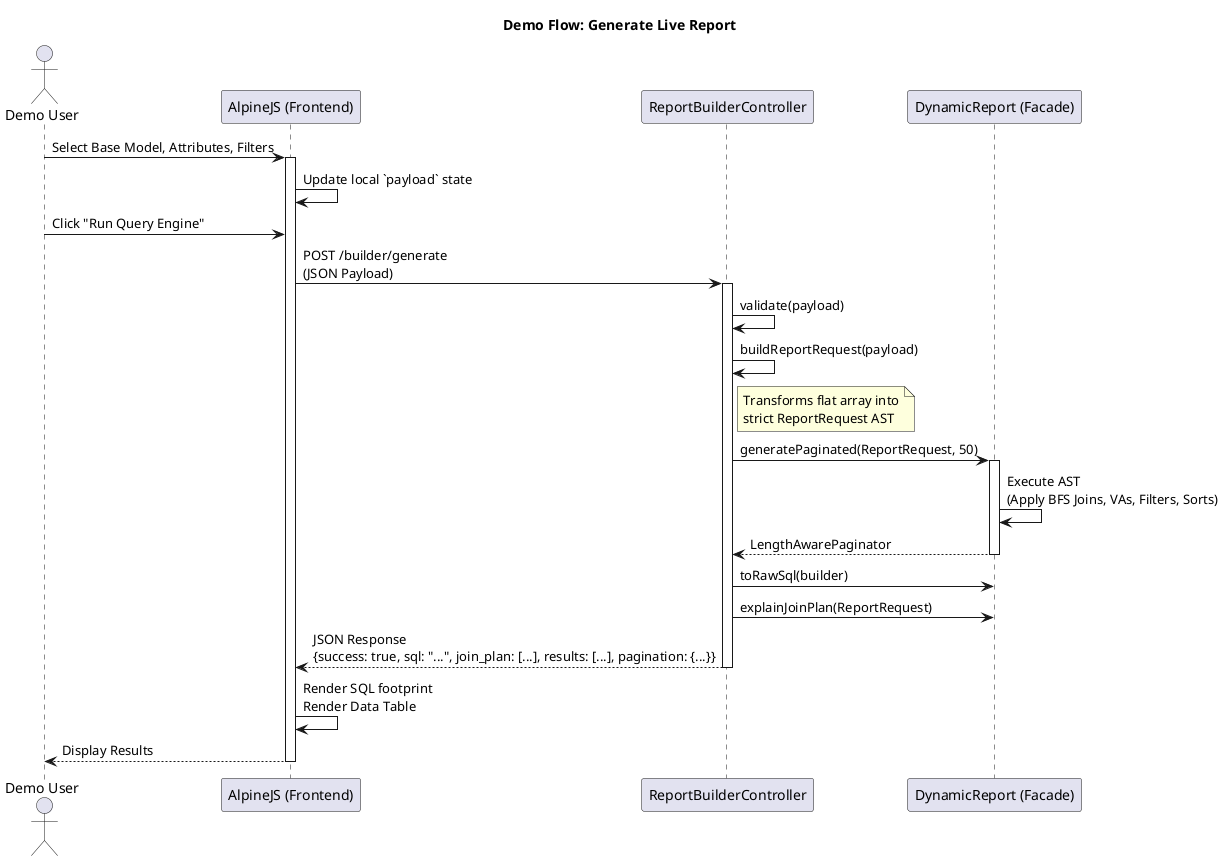
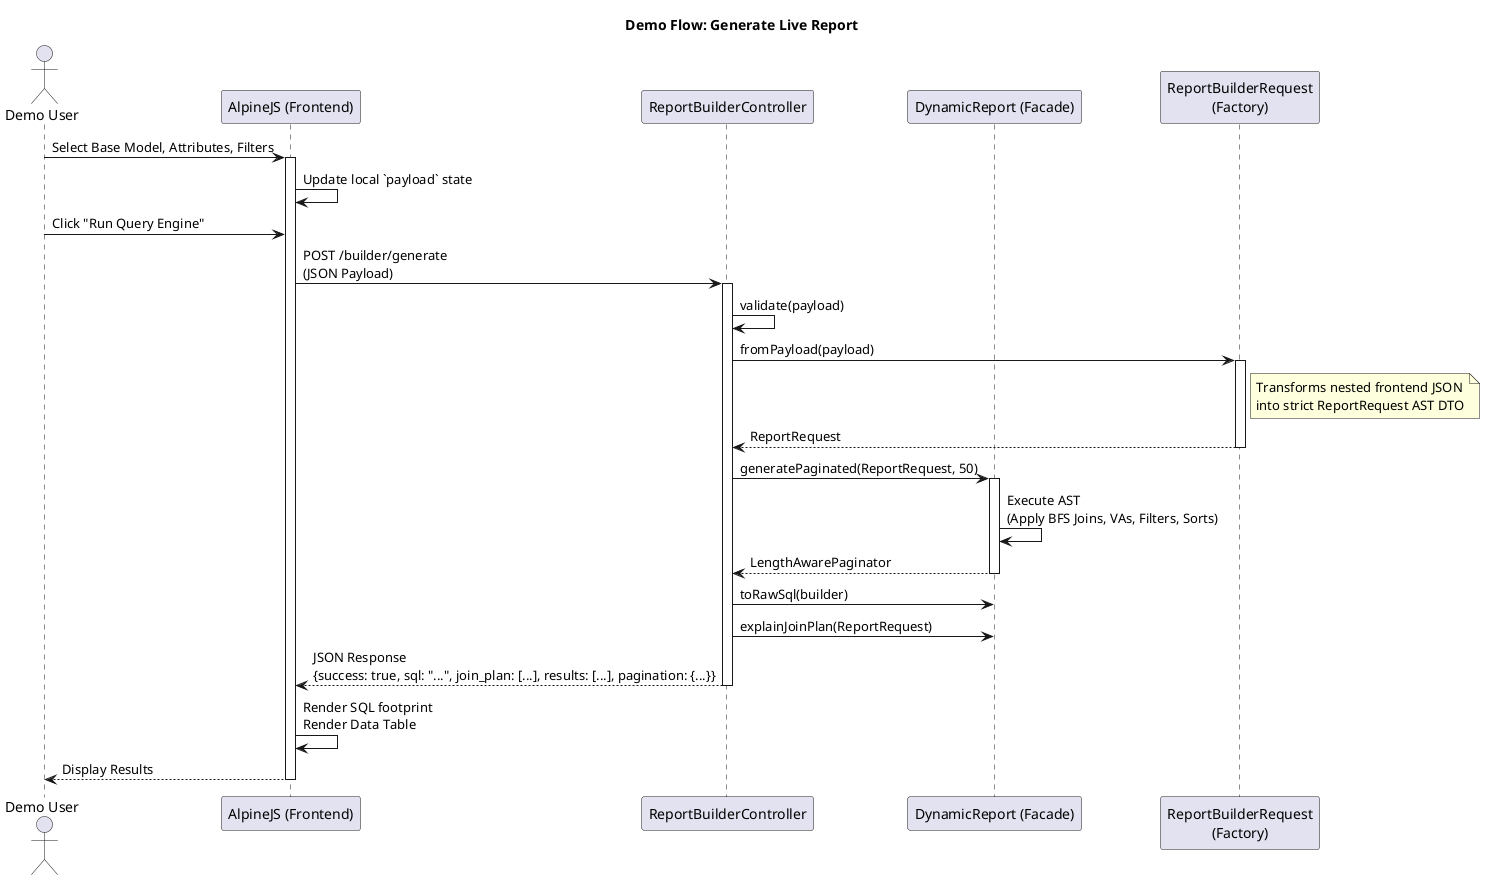
@startuml Demo Generate Report
title Demo Flow: Generate Live Report

actor "Demo User" as User
participant "AlpineJS (Frontend)" as UI
participant "ReportBuilderController" as Controller
participant "DynamicReport (Facade)" as Engine
+ 
+ participant "ReportBuilderRequest\n(Factory)" as Factory

User -> UI : Select Base Model, Attributes, Filters
activate UI
UI -> UI : Update local `payload` state
User -> UI : Click "Run Query Engine"
UI -> Controller : POST /builder/generate\n(JSON Payload)
activate Controller

Controller -> Controller : validate(payload)
- Controller -> Controller : buildReportRequest(payload)
- note right of Controller: Transforms flat array into\nstrict ReportRequest AST
+ 
+ Controller -> Factory : fromPayload(payload)
+ activate Factory
+ note right of Factory: Transforms nested frontend JSON\ninto strict ReportRequest AST DTO
+ Factory --> Controller : ReportRequest
+ deactivate Factory

Controller -> Engine : generatePaginated(ReportRequest, 50)
activate Engine
Engine -> Engine : Execute AST\n(Apply BFS Joins, VAs, Filters, Sorts)
Engine --> Controller : LengthAwarePaginator
deactivate Engine

Controller -> Engine : toRawSql(builder)
Controller -> Engine : explainJoinPlan(ReportRequest)
Controller --> UI : JSON Response\n{success: true, sql: "...", join_plan: [...], results: [...], pagination: {...}}
deactivate Controller

UI -> UI : Render SQL footprint\nRender Data Table
UI --> User : Display Results
deactivate UI

@enduml
